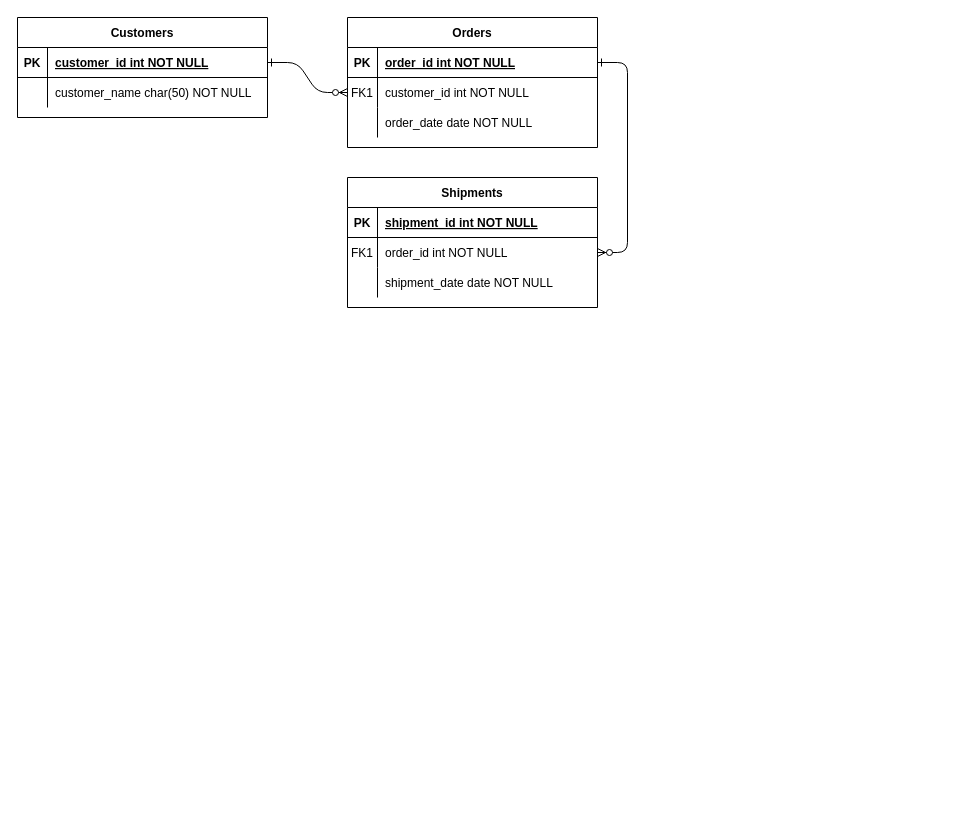
This is Untitled Diagram.drawio from arunasubbiah/first_streamlit_app, a draw.io file, before an edit. Source tidied: cells renumbered, new cells numbered last; positions are measured from the earlier drawing's top-left corner, leaving out a move shared by most shapes. Both pictures are drawn from the tidied source at 100%, with x=0, y=0 at pixel (17, 17).
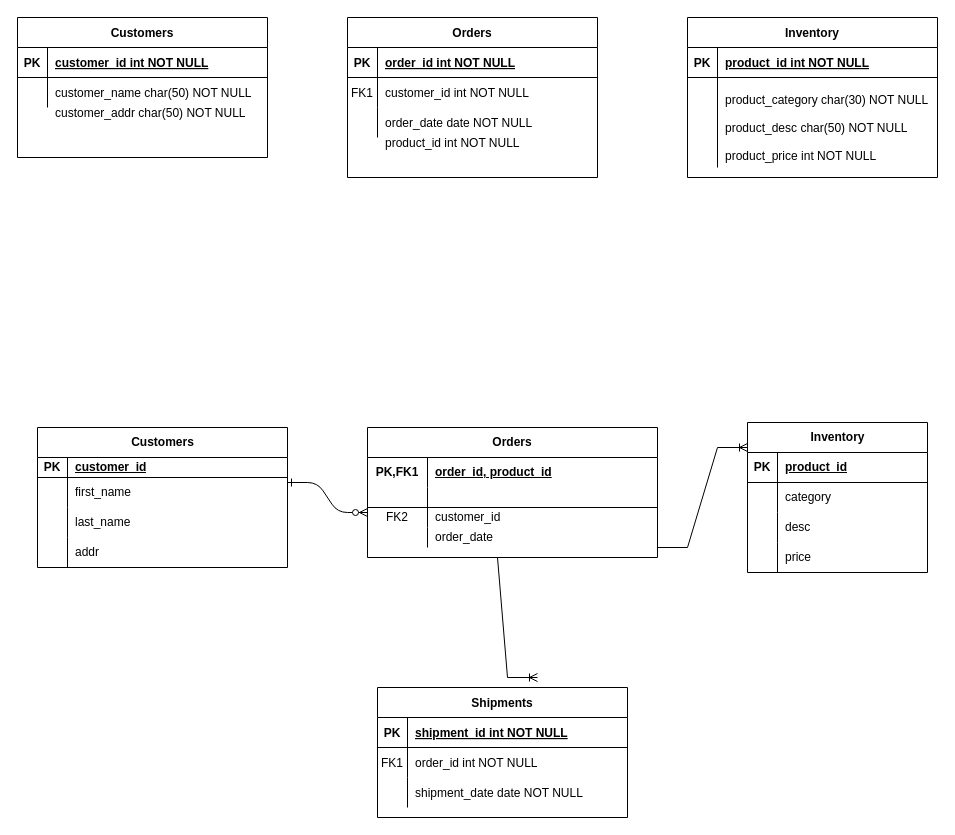
The same page after the edit.

Unchanged cells that the change refers to:
```xml
<mxCell id="5" style="shape=partialRectangle;fillColor=none;points=[[0,0.5],[1,0.5]];portConstraint=eastwest;top=0;left=0;right=0;bottom=1;" parent="4" vertex="1">
  <mxGeometry y="30" width="250" height="30" as="geometry" />
</mxCell>
<mxCell id="8" style="shape=partialRectangle;fillColor=none;points=[[0,0.5],[1,0.5]];portConstraint=eastwest;top=0;left=0;right=0;bottom=0;" parent="4" vertex="1">
  <mxGeometry y="60" width="250" height="30" as="geometry" />
</mxCell>
<mxCell id="18" style="shape=partialRectangle;fillColor=none;points=[[0,0.5],[1,0.5]];portConstraint=eastwest;top=0;left=0;right=0;bottom=0;" parent="14" vertex="1">
  <mxGeometry y="60" width="250" height="30" as="geometry" />
</mxCell>
<mxCell id="25" style="shape=partialRectangle;fillColor=none;points=[[0,0.5],[1,0.5]];portConstraint=eastwest;top=0;left=0;right=0;bottom=1;" parent="24" vertex="1">
  <mxGeometry y="30" width="250" height="30" as="geometry" />
</mxCell>
```

What changed in the source:
```diff
@@
+    <mxCell id="31" style="edgeStyle=entityRelationEdgeStyle;fontSize=12;html=1;endArrow=ERoneToMany;rounded=0;" parent="1" edge="1">
+      <mxGeometry relative="1" as="geometry">
+        <mxPoint x="640" y="530" as="sourcePoint" />
+        <mxPoint x="730" y="430" as="targetPoint" />
+      </mxGeometry>
+    </mxCell>
-    <mxCell id="2" style="edgeStyle=entityRelationEdgeStyle;endArrow=ERzeroToMany;startArrow=ERone;endFill=1;startFill=0;" parent="1" edge="1" source="25" target="8">
-      <mxGeometry relative="1" as="geometry" />
+    <mxCell id="2" style="edgeStyle=entityRelationEdgeStyle;endArrow=ERzeroToMany;startArrow=ERone;endFill=1;startFill=0;" parent="1" edge="1">
+      <mxGeometry relative="1" as="geometry">
+        <mxPoint x="270" y="465" as="sourcePoint" />
+        <mxPoint x="350" y="495" as="targetPoint" />
+      </mxGeometry>
     </mxCell>
-    <mxCell id="3" style="edgeStyle=entityRelationEdgeStyle;endArrow=ERzeroToMany;startArrow=ERone;endFill=1;startFill=0;" parent="1" edge="1" source="5" target="18">
-      <mxGeometry relative="1" as="geometry" />
-    </mxCell>
     <mxCell id="4" value="Orders" style="shape=table;startSize=30;childLayout=tableLayout;rowLines=0;fontStyle=1;align=center;" parent="1" vertex="1">
-      <mxGeometry x="330" width="250" height="130" as="geometry" />
+      <mxGeometry x="330" width="250" height="160" as="geometry" />
     </mxCell>
@@
     <mxCell id="14" value="Shipments" style="shape=table;startSize=30;childLayout=tableLayout;rowLines=0;fontStyle=1;align=center;" parent="1" vertex="1">
-      <mxGeometry x="330" y="160" width="250" height="130" as="geometry" />
+      <mxGeometry x="360" y="670" width="250" height="130" as="geometry" />
     </mxCell>
@@
     <mxCell id="24" value="Customers" style="shape=table;startSize=30;childLayout=tableLayout;rowLines=0;fontStyle=1;align=center;" parent="1" vertex="1">
-      <mxGeometry width="250" height="100" as="geometry" />
+      <mxGeometry width="250" height="140" as="geometry" />
     </mxCell>
@@
+    <mxCell id="32" value="Inventory" style="shape=table;startSize=30;childLayout=tableLayout;rowLines=0;fontStyle=1;align=center;" parent="1" vertex="1">
+      <mxGeometry x="670" width="250" height="160" as="geometry" />
+    </mxCell>
+    <mxCell id="33" style="shape=partialRectangle;fillColor=none;top=0;left=0;right=0;bottom=1;" parent="32" vertex="1">
+      <mxGeometry y="30" width="250" height="30" as="geometry" />
+    </mxCell>
+    <mxCell id="34" value="PK" style="shape=partialRectangle;overflow=hidden;fillColor=none;top=0;left=0;bottom=0;right=0;fontStyle=1;" parent="33" vertex="1">
+      <mxGeometry width="30" height="30" as="geometry" />
+    </mxCell>
+    <mxCell id="35" value="product_id int NOT NULL " style="shape=partialRectangle;overflow=hidden;fillColor=none;top=0;left=0;bottom=0;right=0;align=left;spacingLeft=6;fontStyle=5;" parent="33" vertex="1">
+      <mxGeometry x="30" width="220" height="30" as="geometry" />
+    </mxCell>
+    <mxCell id="36" style="shape=partialRectangle;fillColor=none;top=0;left=0;right=0;bottom=0;" parent="32" vertex="1">
+      <mxGeometry y="60" width="250" height="90" as="geometry" />
+    </mxCell>
+    <mxCell id="37" style="shape=partialRectangle;overflow=hidden;fillColor=none;top=0;left=0;bottom=0;right=0;" parent="36" vertex="1">
+      <mxGeometry width="30" height="90" as="geometry" />
+    </mxCell>
+    <mxCell id="38" value="&#10;product_category char(30) NOT NULL&#10;&#10;product_desc char(50) NOT NULL&#10;&#10;product_price int NOT NULL&#10;&#10;" style="shape=partialRectangle;overflow=hidden;fillColor=none;top=0;left=0;bottom=0;right=0;align=left;spacingLeft=6;" parent="36" vertex="1">
+      <mxGeometry x="30" width="220" height="90" as="geometry" />
+    </mxCell>
+    <mxCell id="39" value="product_id int NOT NULL" style="shape=partialRectangle;overflow=hidden;fillColor=none;top=0;left=0;bottom=0;right=0;align=left;spacingLeft=6;" parent="1" vertex="1">
+      <mxGeometry x="360" y="110" width="220" height="30" as="geometry" />
+    </mxCell>
+    <mxCell id="40" value="customer_addr char(50) NOT NULL" style="shape=partialRectangle;overflow=hidden;fillColor=none;top=0;left=0;bottom=0;right=0;align=left;spacingLeft=6;" parent="1" vertex="1">
+      <mxGeometry x="30" y="80" width="220" height="30" as="geometry" />
+    </mxCell>
+    <mxCell id="41" value="Customers" style="shape=table;startSize=30;childLayout=tableLayout;rowLines=0;fontStyle=1;align=center;html=1;" parent="1" vertex="1">
+      <mxGeometry x="20" y="410" width="250" height="140" as="geometry" />
+    </mxCell>
+    <mxCell id="42" style="shape=tableRow;horizontal=0;startSize=0;swimlaneHead=0;swimlaneBody=0;fillColor=none;top=0;left=0;right=0;bottom=1;" parent="41" vertex="1">
+      <mxGeometry y="30" width="250" height="20" as="geometry" />
+    </mxCell>
+    <mxCell id="43" value="PK" style="shape=partialRectangle;fillColor=none;top=0;left=0;bottom=0;right=0;fontStyle=1;overflow=hidden;whiteSpace=wrap;html=1;" parent="42" vertex="1">
+      <mxGeometry width="30" height="20" as="geometry" />
+    </mxCell>
+    <mxCell id="44" value="customer_id" style="shape=partialRectangle;fillColor=none;top=0;left=0;bottom=0;right=0;align=left;spacingLeft=6;fontStyle=5;overflow=hidden;whiteSpace=wrap;html=1;" parent="42" vertex="1">
+      <mxGeometry x="30" width="220" height="20" as="geometry" />
+    </mxCell>
+    <mxCell id="45" style="shape=tableRow;horizontal=0;startSize=0;swimlaneHead=0;swimlaneBody=0;fillColor=none;top=0;left=0;right=0;bottom=0;" parent="41" vertex="1">
+      <mxGeometry y="50" width="250" height="30" as="geometry" />
+    </mxCell>
+    <mxCell id="46" style="shape=partialRectangle;fillColor=none;top=0;left=0;bottom=0;right=0;overflow=hidden;whiteSpace=wrap;html=1;" parent="45" vertex="1">
+      <mxGeometry width="30" height="30" as="geometry" />
+    </mxCell>
+    <mxCell id="47" value="first_name" style="shape=partialRectangle;fillColor=none;top=0;left=0;bottom=0;right=0;align=left;spacingLeft=6;overflow=hidden;whiteSpace=wrap;html=1;" parent="45" vertex="1">
+      <mxGeometry x="30" width="220" height="30" as="geometry" />
+    </mxCell>
+    <mxCell id="48" style="shape=tableRow;horizontal=0;startSize=0;swimlaneHead=0;swimlaneBody=0;fillColor=none;top=0;left=0;right=0;bottom=0;" parent="41" vertex="1">
+      <mxGeometry y="80" width="250" height="30" as="geometry" />
+    </mxCell>
+    <mxCell id="49" style="shape=partialRectangle;fillColor=none;top=0;left=0;bottom=0;right=0;overflow=hidden;whiteSpace=wrap;html=1;" parent="48" vertex="1">
+      <mxGeometry width="30" height="30" as="geometry" />
+    </mxCell>
+    <mxCell id="50" value="last_name" style="shape=partialRectangle;fillColor=none;top=0;left=0;bottom=0;right=0;align=left;spacingLeft=6;overflow=hidden;whiteSpace=wrap;html=1;" parent="48" vertex="1">
+      <mxGeometry x="30" width="220" height="30" as="geometry" />
+    </mxCell>
+    <mxCell id="51" style="shape=tableRow;horizontal=0;startSize=0;swimlaneHead=0;swimlaneBody=0;fillColor=none;top=0;left=0;right=0;bottom=0;" parent="41" vertex="1">
+      <mxGeometry y="110" width="250" height="30" as="geometry" />
+    </mxCell>
+    <mxCell id="52" style="shape=partialRectangle;fillColor=none;top=0;left=0;bottom=0;right=0;overflow=hidden;whiteSpace=wrap;html=1;" parent="51" vertex="1">
+      <mxGeometry width="30" height="30" as="geometry" />
+    </mxCell>
+    <mxCell id="53" value="addr" style="shape=partialRectangle;fillColor=none;top=0;left=0;bottom=0;right=0;align=left;spacingLeft=6;overflow=hidden;whiteSpace=wrap;html=1;" parent="51" vertex="1">
+      <mxGeometry x="30" width="220" height="30" as="geometry" />
+    </mxCell>
+    <mxCell id="54" value="Orders" style="shape=table;startSize=30;childLayout=tableLayout;rowLines=0;fontStyle=1;align=center;html=1;whiteSpace=wrap;" parent="1" vertex="1">
+      <mxGeometry x="350" y="410" width="290" height="130" as="geometry" />
+    </mxCell>
+    <mxCell id="55" style="shape=tableRow;horizontal=0;startSize=0;swimlaneHead=0;swimlaneBody=0;fillColor=none;top=0;left=0;right=0;bottom=0;html=1;" parent="54" vertex="1">
+      <mxGeometry y="30" width="290" height="30" as="geometry" />
+    </mxCell>
+    <mxCell id="56" value="PK,FK1" style="shape=partialRectangle;fillColor=none;top=0;left=0;bottom=0;right=0;fontStyle=1;overflow=hidden;html=1;whiteSpace=wrap;" parent="55" vertex="1">
+      <mxGeometry width="60" height="30" as="geometry" />
+    </mxCell>
+    <mxCell id="57" value="order_id, product_id" style="shape=partialRectangle;fillColor=none;top=0;left=0;bottom=0;right=0;align=left;spacingLeft=6;fontStyle=5;overflow=hidden;html=1;whiteSpace=wrap;" parent="55" vertex="1">
+      <mxGeometry x="60" width="230" height="30" as="geometry" />
+    </mxCell>
+    <mxCell id="58" style="shape=tableRow;horizontal=0;startSize=0;swimlaneHead=0;swimlaneBody=0;fillColor=none;top=0;left=0;right=0;bottom=1;html=1;" parent="54" vertex="1">
+      <mxGeometry y="60" width="290" height="20" as="geometry" />
+    </mxCell>
+    <mxCell id="59" style="shape=partialRectangle;fillColor=none;top=0;left=0;bottom=0;right=0;fontStyle=1;overflow=hidden;html=1;whiteSpace=wrap;" parent="58" vertex="1">
+      <mxGeometry width="60" height="20" as="geometry" />
+    </mxCell>
+    <mxCell id="60" style="shape=partialRectangle;fillColor=none;top=0;left=0;bottom=0;right=0;align=left;spacingLeft=6;fontStyle=5;overflow=hidden;html=1;whiteSpace=wrap;" parent="58" vertex="1">
+      <mxGeometry x="60" width="230" height="20" as="geometry" />
+    </mxCell>
+    <mxCell id="61" style="shape=tableRow;horizontal=0;startSize=0;swimlaneHead=0;swimlaneBody=0;fillColor=none;top=0;left=0;right=0;bottom=0;html=1;" parent="54" vertex="1">
+      <mxGeometry y="80" width="290" height="20" as="geometry" />
+    </mxCell>
+    <mxCell id="62" value="FK2" style="shape=partialRectangle;fillColor=none;top=0;left=0;bottom=0;right=0;overflow=hidden;html=1;whiteSpace=wrap;" parent="61" vertex="1">
+      <mxGeometry width="60" height="20" as="geometry" />
+    </mxCell>
+    <mxCell id="63" value="customer_id" style="shape=partialRectangle;fillColor=none;top=0;left=0;bottom=0;right=0;align=left;spacingLeft=6;overflow=hidden;html=1;whiteSpace=wrap;" parent="61" vertex="1">
+      <mxGeometry x="60" width="230" height="20" as="geometry" />
+    </mxCell>
+    <mxCell id="64" style="shape=tableRow;horizontal=0;startSize=0;swimlaneHead=0;swimlaneBody=0;fillColor=none;top=0;left=0;right=0;bottom=0;html=1;" parent="54" vertex="1">
+      <mxGeometry y="100" width="290" height="20" as="geometry" />
+    </mxCell>
+    <mxCell id="65" style="shape=partialRectangle;fillColor=none;top=0;left=0;bottom=0;right=0;overflow=hidden;html=1;whiteSpace=wrap;" parent="64" vertex="1">
+      <mxGeometry width="60" height="20" as="geometry" />
+    </mxCell>
+    <mxCell id="66" value="order_date" style="shape=partialRectangle;fillColor=none;top=0;left=0;bottom=0;right=0;align=left;spacingLeft=6;overflow=hidden;html=1;whiteSpace=wrap;" parent="64" vertex="1">
+      <mxGeometry x="60" width="230" height="20" as="geometry" />
+    </mxCell>
+    <mxCell id="67" value="Inventory" style="shape=table;startSize=30;childLayout=tableLayout;rowLines=0;fontStyle=1;align=center;html=1;" parent="1" vertex="1">
+      <mxGeometry x="730" y="405" width="180" height="150" as="geometry" />
+    </mxCell>
+    <mxCell id="68" style="shape=tableRow;horizontal=0;startSize=0;swimlaneHead=0;swimlaneBody=0;fillColor=none;top=0;left=0;right=0;bottom=1;" parent="67" vertex="1">
+      <mxGeometry y="30" width="180" height="30" as="geometry" />
+    </mxCell>
+    <mxCell id="69" value="PK" style="shape=partialRectangle;fillColor=none;top=0;left=0;bottom=0;right=0;fontStyle=1;overflow=hidden;whiteSpace=wrap;html=1;" parent="68" vertex="1">
+      <mxGeometry width="30" height="30" as="geometry" />
+    </mxCell>
+    <mxCell id="70" value="product_id" style="shape=partialRectangle;fillColor=none;top=0;left=0;bottom=0;right=0;align=left;spacingLeft=6;fontStyle=5;overflow=hidden;whiteSpace=wrap;html=1;" parent="68" vertex="1">
+      <mxGeometry x="30" width="150" height="30" as="geometry" />
+    </mxCell>
+    <mxCell id="71" style="shape=tableRow;horizontal=0;startSize=0;swimlaneHead=0;swimlaneBody=0;fillColor=none;top=0;left=0;right=0;bottom=0;" parent="67" vertex="1">
+      <mxGeometry y="60" width="180" height="30" as="geometry" />
+    </mxCell>
+    <mxCell id="72" style="shape=partialRectangle;fillColor=none;top=0;left=0;bottom=0;right=0;overflow=hidden;whiteSpace=wrap;html=1;" parent="71" vertex="1">
+      <mxGeometry width="30" height="30" as="geometry" />
+    </mxCell>
+    <mxCell id="73" value="category" style="shape=partialRectangle;fillColor=none;top=0;left=0;bottom=0;right=0;align=left;spacingLeft=6;overflow=hidden;whiteSpace=wrap;html=1;" parent="71" vertex="1">
+      <mxGeometry x="30" width="150" height="30" as="geometry" />
+    </mxCell>
+    <mxCell id="74" style="shape=tableRow;horizontal=0;startSize=0;swimlaneHead=0;swimlaneBody=0;fillColor=none;top=0;left=0;right=0;bottom=0;" parent="67" vertex="1">
+      <mxGeometry y="90" width="180" height="30" as="geometry" />
+    </mxCell>
+    <mxCell id="75" style="shape=partialRectangle;fillColor=none;top=0;left=0;bottom=0;right=0;overflow=hidden;whiteSpace=wrap;html=1;" parent="74" vertex="1">
+      <mxGeometry width="30" height="30" as="geometry" />
+    </mxCell>
+    <mxCell id="76" value="desc" style="shape=partialRectangle;fillColor=none;top=0;left=0;bottom=0;right=0;align=left;spacingLeft=6;overflow=hidden;whiteSpace=wrap;html=1;" parent="74" vertex="1">
+      <mxGeometry x="30" width="150" height="30" as="geometry" />
+    </mxCell>
+    <mxCell id="77" style="shape=tableRow;horizontal=0;startSize=0;swimlaneHead=0;swimlaneBody=0;fillColor=none;top=0;left=0;right=0;bottom=0;" parent="67" vertex="1">
+      <mxGeometry y="120" width="180" height="30" as="geometry" />
+    </mxCell>
+    <mxCell id="78" style="shape=partialRectangle;fillColor=none;top=0;left=0;bottom=0;right=0;overflow=hidden;whiteSpace=wrap;html=1;" parent="77" vertex="1">
+      <mxGeometry width="30" height="30" as="geometry" />
+    </mxCell>
+    <mxCell id="79" value="price" style="shape=partialRectangle;fillColor=none;top=0;left=0;bottom=0;right=0;align=left;spacingLeft=6;overflow=hidden;whiteSpace=wrap;html=1;" parent="77" vertex="1">
+      <mxGeometry x="30" width="150" height="30" as="geometry" />
+    </mxCell>
+    <mxCell id="80" style="edgeStyle=entityRelationEdgeStyle;fontSize=12;html=1;endArrow=ERoneToMany;rounded=0;" parent="1" edge="1">
+      <mxGeometry relative="1" as="geometry">
+        <mxPoint x="450" y="540" as="sourcePoint" />
+        <mxPoint x="520" y="660" as="targetPoint" />
+        <Array as="points">
+          <mxPoint x="478.5" y="660" />
+          <mxPoint x="518.5" y="980" />
+        </Array>
+      </mxGeometry>
+    </mxCell>
```
